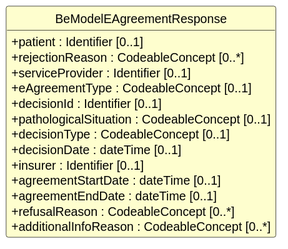
This is exports/diagrams/BeModelEAgreementResponse-uml.svg from caresets/caresets-src, a PlantUML export, as it was before one commit.
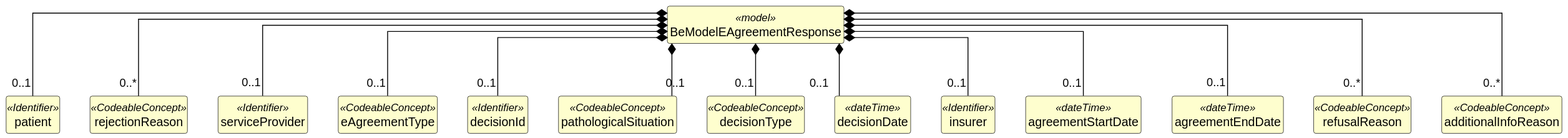
Above is the later version.

Change to the diagram source:
```diff
@@ -12,19 +12,59 @@
 hide circle
 hide empty members
 
-class "BeModelEAgreementResponse" as BeModelEAgreementResponse {
-  +patient : Identifier [0..1]
-  +rejectionReason : CodeableConcept [0..*]
-  +serviceProvider : Identifier [0..1]
-  +eAgreementType : CodeableConcept [0..1]
-  +decisionId : Identifier [0..1]
-  +pathologicalSituation : CodeableConcept [0..1]
-  +decisionType : CodeableConcept [0..1]
-  +decisionDate : dateTime [0..1]
-  +insurer : Identifier [0..1]
-  +agreementStartDate : dateTime [0..1]
-  +agreementEndDate : dateTime [0..1]
-  +refusalReason : CodeableConcept [0..*]
-  +additionalInfoReason : CodeableConcept [0..*]
+class "BeModelEAgreementResponse" as BeModelEAgreementResponse <<model>> {
 }
+
+class "patient" as BeModelEAgreementResponse_patient <<Identifier>> {
+}
+
+class "rejectionReason" as BeModelEAgreementResponse_rejectionReason <<CodeableConcept>> {
+}
+
+class "serviceProvider" as BeModelEAgreementResponse_serviceProvider <<Identifier>> {
+}
+
+class "eAgreementType" as BeModelEAgreementResponse_eAgreementType <<CodeableConcept>> {
+}
+
+class "decisionId" as BeModelEAgreementResponse_decisionId <<Identifier>> {
+}
+
+class "pathologicalSituation" as BeModelEAgreementResponse_pathologicalSituation <<CodeableConcept>> {
+}
+
+class "decisionType" as BeModelEAgreementResponse_decisionType <<CodeableConcept>> {
+}
+
+class "decisionDate" as BeModelEAgreementResponse_decisionDate <<dateTime>> {
+}
+
+class "insurer" as BeModelEAgreementResponse_insurer <<Identifier>> {
+}
+
+class "agreementStartDate" as BeModelEAgreementResponse_agreementStartDate <<dateTime>> {
+}
+
+class "agreementEndDate" as BeModelEAgreementResponse_agreementEndDate <<dateTime>> {
+}
+
+class "refusalReason" as BeModelEAgreementResponse_refusalReason <<CodeableConcept>> {
+}
+
+class "additionalInfoReason" as BeModelEAgreementResponse_additionalInfoReason <<CodeableConcept>> {
+}
+
+BeModelEAgreementResponse *-- "0..1" BeModelEAgreementResponse_patient
+BeModelEAgreementResponse *-- "0..*" BeModelEAgreementResponse_rejectionReason
+BeModelEAgreementResponse *-- "0..1" BeModelEAgreementResponse_serviceProvider
+BeModelEAgreementResponse *-- "0..1" BeModelEAgreementResponse_eAgreementType
+BeModelEAgreementResponse *-- "0..1" BeModelEAgreementResponse_decisionId
+BeModelEAgreementResponse *-- "0..1" BeModelEAgreementResponse_pathologicalSituation
+BeModelEAgreementResponse *-- "0..1" BeModelEAgreementResponse_decisionType
+BeModelEAgreementResponse *-- "0..1" BeModelEAgreementResponse_decisionDate
+BeModelEAgreementResponse *-- "0..1" BeModelEAgreementResponse_insurer
+BeModelEAgreementResponse *-- "0..1" BeModelEAgreementResponse_agreementStartDate
+BeModelEAgreementResponse *-- "0..1" BeModelEAgreementResponse_agreementEndDate
+BeModelEAgreementResponse *-- "0..*" BeModelEAgreementResponse_refusalReason
+BeModelEAgreementResponse *-- "0..*" BeModelEAgreementResponse_additionalInfoReason
 @enduml
```
